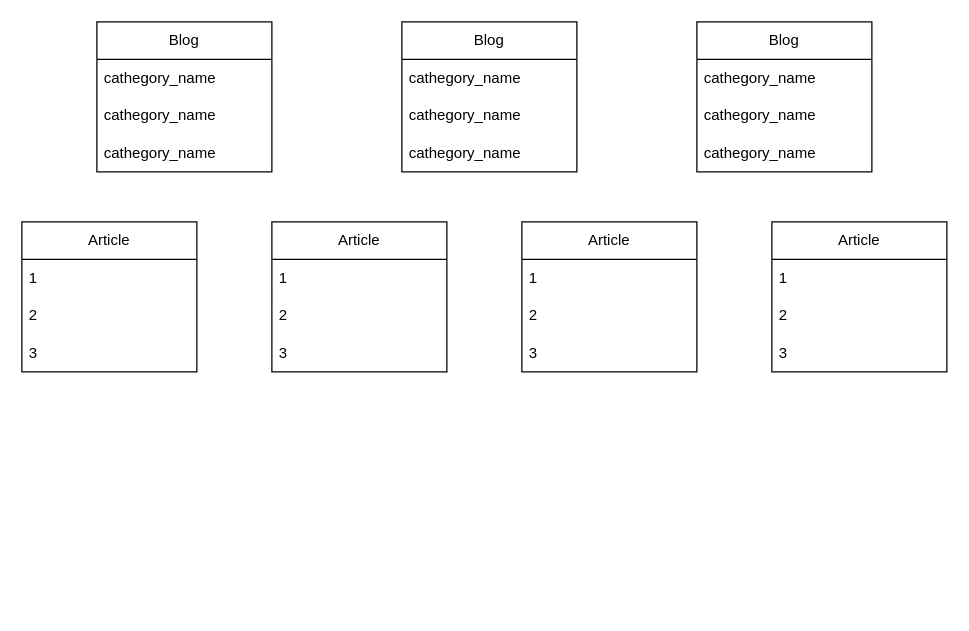
fzkrinj/er-diagram keeps this draw.io diagram as Диаграмма без названия.drawio. Above is the earlier version. Source tidied: cells renumbered, new cells numbered last; positions are measured from the earlier drawing's top-left corner, leaving out a move shared by most shapes. Both pictures are drawn from the tidied source at 125%, with x=0, y=0 at pixel (21, 21).
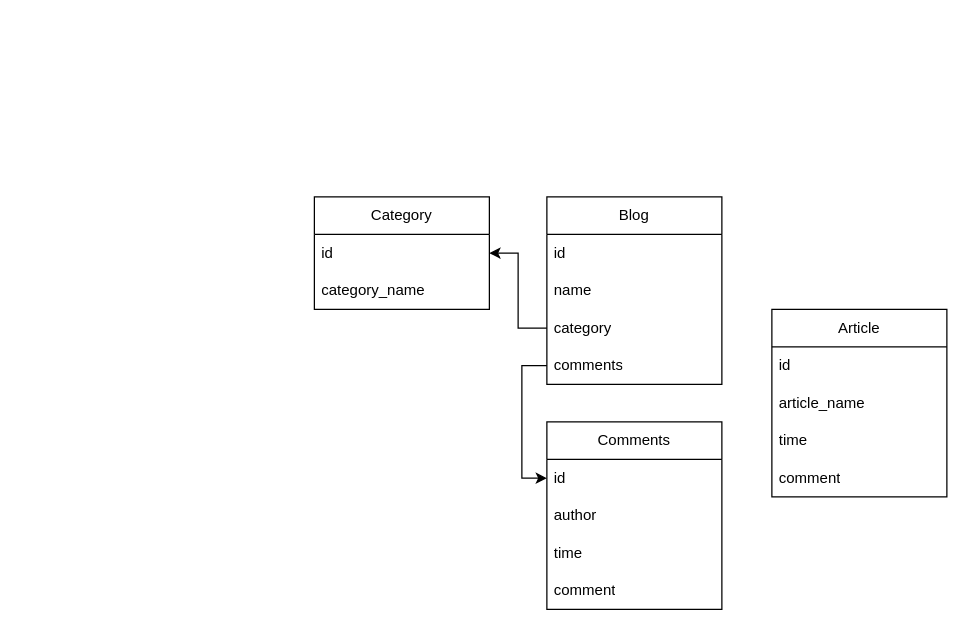
After the change.

What changed in the source:
```diff
@@
-    <mxCell id="2" value="Article" style="swimlane;fontStyle=0;horizontal=1;startSize=30;whiteSpace=wrap;html=1;" parent="1" vertex="1">
-      <mxGeometry y="160" width="140" height="120" as="geometry" />
-    </mxCell>
-    <mxCell id="3" value="1" style="text;strokeColor=none;fillColor=none;align=left;verticalAlign=middle;spacingLeft=4;spacingRight=4;overflow=hidden;whiteSpace=wrap;html=1;" parent="2" vertex="1">
-      <mxGeometry y="30" width="140" height="30" as="geometry" />
-    </mxCell>
-    <mxCell id="4" value="2" style="text;strokeColor=none;fillColor=none;align=left;verticalAlign=middle;spacingLeft=4;spacingRight=4;overflow=hidden;whiteSpace=wrap;html=1;" parent="2" vertex="1">
-      <mxGeometry y="60" width="140" height="30" as="geometry" />
-    </mxCell>
-    <mxCell id="5" value="3" style="text;strokeColor=none;fillColor=none;align=left;verticalAlign=middle;spacingLeft=4;spacingRight=4;overflow=hidden;whiteSpace=wrap;html=1;" parent="2" vertex="1">
-      <mxGeometry y="90" width="140" height="30" as="geometry" />
-    </mxCell>
-    <mxCell id="6" value="Article" style="swimlane;fontStyle=0;horizontal=1;startSize=30;whiteSpace=wrap;html=1;" parent="1" vertex="1">
-      <mxGeometry x="200" y="160" width="140" height="120" as="geometry" />
-    </mxCell>
-    <mxCell id="7" value="1" style="text;strokeColor=none;fillColor=none;align=left;verticalAlign=middle;spacingLeft=4;spacingRight=4;overflow=hidden;whiteSpace=wrap;html=1;" parent="6" vertex="1">
-      <mxGeometry y="30" width="140" height="30" as="geometry" />
-    </mxCell>
-    <mxCell id="8" value="2" style="text;strokeColor=none;fillColor=none;align=left;verticalAlign=middle;spacingLeft=4;spacingRight=4;overflow=hidden;whiteSpace=wrap;html=1;" parent="6" vertex="1">
-      <mxGeometry y="60" width="140" height="30" as="geometry" />
-    </mxCell>
-    <mxCell id="9" value="3" style="text;strokeColor=none;fillColor=none;align=left;verticalAlign=middle;spacingLeft=4;spacingRight=4;overflow=hidden;whiteSpace=wrap;html=1;" parent="6" vertex="1">
-      <mxGeometry y="90" width="140" height="30" as="geometry" />
-    </mxCell>
-    <mxCell id="10" value="Article" style="swimlane;fontStyle=0;horizontal=1;startSize=30;whiteSpace=wrap;html=1;" parent="1" vertex="1">
-      <mxGeometry x="600" y="160" width="140" height="120" as="geometry" />
-    </mxCell>
-    <mxCell id="11" value="1" style="text;strokeColor=none;fillColor=none;align=left;verticalAlign=middle;spacingLeft=4;spacingRight=4;overflow=hidden;whiteSpace=wrap;html=1;" parent="10" vertex="1">
-      <mxGeometry y="30" width="140" height="30" as="geometry" />
-    </mxCell>
-    <mxCell id="12" value="2" style="text;strokeColor=none;fillColor=none;align=left;verticalAlign=middle;spacingLeft=4;spacingRight=4;overflow=hidden;whiteSpace=wrap;html=1;" parent="10" vertex="1">
-      <mxGeometry y="60" width="140" height="30" as="geometry" />
-    </mxCell>
-    <mxCell id="13" value="3" style="text;strokeColor=none;fillColor=none;align=left;verticalAlign=middle;spacingLeft=4;spacingRight=4;overflow=hidden;whiteSpace=wrap;html=1;" parent="10" vertex="1">
-      <mxGeometry y="90" width="140" height="30" as="geometry" />
-    </mxCell>
-    <mxCell id="14" value="Article" style="swimlane;fontStyle=0;horizontal=1;startSize=30;whiteSpace=wrap;html=1;" parent="1" vertex="1">
-      <mxGeometry x="400" y="160" width="140" height="120" as="geometry" />
-    </mxCell>
-    <mxCell id="15" value="1" style="text;strokeColor=none;fillColor=none;align=left;verticalAlign=middle;spacingLeft=4;spacingRight=4;overflow=hidden;whiteSpace=wrap;html=1;" parent="14" vertex="1">
-      <mxGeometry y="30" width="140" height="30" as="geometry" />
-    </mxCell>
-    <mxCell id="16" value="2" style="text;strokeColor=none;fillColor=none;align=left;verticalAlign=middle;spacingLeft=4;spacingRight=4;overflow=hidden;whiteSpace=wrap;html=1;" parent="14" vertex="1">
-      <mxGeometry y="60" width="140" height="30" as="geometry" />
-    </mxCell>
-    <mxCell id="17" value="3" style="text;strokeColor=none;fillColor=none;align=left;verticalAlign=middle;spacingLeft=4;spacingRight=4;overflow=hidden;whiteSpace=wrap;html=1;" parent="14" vertex="1">
-      <mxGeometry y="90" width="140" height="30" as="geometry" />
-    </mxCell>
-    <mxCell id="18" value="Blog" style="swimlane;fontStyle=0;horizontal=1;startSize=30;whiteSpace=wrap;html=1;" parent="1" vertex="1">
-      <mxGeometry x="60" width="140" height="120" as="geometry" />
-    </mxCell>
-    <mxCell id="19" value="cathegory_name" style="text;strokeColor=none;fillColor=none;align=left;verticalAlign=middle;spacingLeft=4;spacingRight=4;overflow=hidden;whiteSpace=wrap;html=1;" parent="18" vertex="1">
-      <mxGeometry y="30" width="140" height="30" as="geometry" />
-    </mxCell>
-    <mxCell id="20" value="cathegory_name" style="text;strokeColor=none;fillColor=none;align=left;verticalAlign=middle;spacingLeft=4;spacingRight=4;overflow=hidden;whiteSpace=wrap;html=1;" parent="18" vertex="1">
-      <mxGeometry y="60" width="140" height="30" as="geometry" />
-    </mxCell>
-    <mxCell id="21" value="cathegory_name" style="text;strokeColor=none;fillColor=none;align=left;verticalAlign=middle;spacingLeft=4;spacingRight=4;overflow=hidden;whiteSpace=wrap;html=1;" parent="18" vertex="1">
-      <mxGeometry y="90" width="140" height="30" as="geometry" />
-    </mxCell>
-    <mxCell id="22" value="Blog" style="swimlane;fontStyle=0;horizontal=1;startSize=30;whiteSpace=wrap;html=1;" parent="1" vertex="1">
-      <mxGeometry x="540" width="140" height="120" as="geometry" />
-    </mxCell>
-    <mxCell id="23" value="cathegory_name" style="text;strokeColor=none;fillColor=none;align=left;verticalAlign=middle;spacingLeft=4;spacingRight=4;overflow=hidden;whiteSpace=wrap;html=1;" parent="22" vertex="1">
-      <mxGeometry y="30" width="140" height="30" as="geometry" />
-    </mxCell>
-    <mxCell id="24" value="cathegory_name" style="text;strokeColor=none;fillColor=none;align=left;verticalAlign=middle;spacingLeft=4;spacingRight=4;overflow=hidden;whiteSpace=wrap;html=1;" parent="22" vertex="1">
-      <mxGeometry y="60" width="140" height="30" as="geometry" />
-    </mxCell>
-    <mxCell id="25" value="cathegory_name" style="text;strokeColor=none;fillColor=none;align=left;verticalAlign=middle;spacingLeft=4;spacingRight=4;overflow=hidden;whiteSpace=wrap;html=1;" parent="22" vertex="1">
-      <mxGeometry y="90" width="140" height="30" as="geometry" />
-    </mxCell>
-    <mxCell id="26" value="Blog" style="swimlane;fontStyle=0;horizontal=1;startSize=30;whiteSpace=wrap;html=1;" parent="1" vertex="1">
-      <mxGeometry x="304" width="140" height="120" as="geometry" />
-    </mxCell>
-    <mxCell id="27" value="cathegory_name" style="text;strokeColor=none;fillColor=none;align=left;verticalAlign=middle;spacingLeft=4;spacingRight=4;overflow=hidden;whiteSpace=wrap;html=1;" parent="26" vertex="1">
-      <mxGeometry y="30" width="140" height="30" as="geometry" />
-    </mxCell>
-    <mxCell id="28" value="cathegory_name" style="text;strokeColor=none;fillColor=none;align=left;verticalAlign=middle;spacingLeft=4;spacingRight=4;overflow=hidden;whiteSpace=wrap;html=1;" parent="26" vertex="1">
-      <mxGeometry y="60" width="140" height="30" as="geometry" />
-    </mxCell>
-    <mxCell id="29" value="cathegory_name" style="text;strokeColor=none;fillColor=none;align=left;verticalAlign=middle;spacingLeft=4;spacingRight=4;overflow=hidden;whiteSpace=wrap;html=1;" parent="26" vertex="1">
-      <mxGeometry y="90" width="140" height="30" as="geometry" />
-    </mxCell>
+    <mxCell id="30" value="Category" style="swimlane;fontStyle=0;horizontal=1;startSize=30;whiteSpace=wrap;html=1;" parent="1" vertex="1">
+      <mxGeometry x="234" y="140" width="140" height="90" as="geometry" />
+    </mxCell>
+    <mxCell id="31" value="id" style="text;strokeColor=none;fillColor=none;align=left;verticalAlign=middle;spacingLeft=4;spacingRight=4;overflow=hidden;points=[[0,0.5],[1,0.5]];portConstraint=eastwest;whiteSpace=wrap;html=1;" parent="30" vertex="1">
+      <mxGeometry y="30" width="140" height="30" as="geometry" />
+    </mxCell>
+    <mxCell id="32" value="category_name" style="text;strokeColor=none;fillColor=none;align=left;verticalAlign=middle;spacingLeft=4;spacingRight=4;overflow=hidden;whiteSpace=wrap;html=1;" parent="30" vertex="1">
+      <mxGeometry y="60" width="140" height="30" as="geometry" />
+    </mxCell>
+    <mxCell id="33" value="Blog" style="swimlane;fontStyle=0;horizontal=1;startSize=30;whiteSpace=wrap;html=1;" parent="1" vertex="1">
+      <mxGeometry x="420" y="140" width="140" height="150" as="geometry" />
+    </mxCell>
+    <mxCell id="34" value="id" style="text;strokeColor=none;fillColor=none;align=left;verticalAlign=middle;spacingLeft=4;spacingRight=4;overflow=hidden;whiteSpace=wrap;html=1;" parent="33" vertex="1">
+      <mxGeometry y="30" width="140" height="30" as="geometry" />
+    </mxCell>
+    <mxCell id="35" value="name" style="text;strokeColor=none;fillColor=none;align=left;verticalAlign=middle;spacingLeft=4;spacingRight=4;overflow=hidden;whiteSpace=wrap;html=1;" parent="33" vertex="1">
+      <mxGeometry y="60" width="140" height="30" as="geometry" />
+    </mxCell>
+    <mxCell id="36" value="category" style="text;strokeColor=none;fillColor=none;align=left;verticalAlign=middle;spacingLeft=4;spacingRight=4;overflow=hidden;points=[[0,0.5],[1,0.5]];portConstraint=eastwest;whiteSpace=wrap;html=1;" parent="33" vertex="1">
+      <mxGeometry y="90" width="140" height="30" as="geometry" />
+    </mxCell>
+    <mxCell id="37" value="comments" style="text;strokeColor=none;fillColor=none;align=left;verticalAlign=middle;spacingLeft=4;spacingRight=4;overflow=hidden;points=[[0,0.5],[1,0.5]];portConstraint=eastwest;whiteSpace=wrap;html=1;" parent="33" vertex="1">
+      <mxGeometry y="120" width="140" height="30" as="geometry" />
+    </mxCell>
+    <mxCell id="38" value="Comments" style="swimlane;fontStyle=0;horizontal=1;startSize=30;whiteSpace=wrap;html=1;" parent="1" vertex="1">
+      <mxGeometry x="420" y="320" width="140" height="150" as="geometry" />
+    </mxCell>
+    <mxCell id="39" value="id" style="text;strokeColor=none;fillColor=none;align=left;verticalAlign=middle;spacingLeft=4;spacingRight=4;overflow=hidden;points=[[0,0.5],[1,0.5]];portConstraint=eastwest;whiteSpace=wrap;html=1;" parent="38" vertex="1">
+      <mxGeometry y="30" width="140" height="30" as="geometry" />
+    </mxCell>
+    <mxCell id="40" value="author" style="text;strokeColor=none;fillColor=none;align=left;verticalAlign=middle;spacingLeft=4;spacingRight=4;overflow=hidden;whiteSpace=wrap;html=1;" parent="38" vertex="1">
+      <mxGeometry y="60" width="140" height="30" as="geometry" />
+    </mxCell>
+    <mxCell id="41" value="time" style="text;strokeColor=none;fillColor=none;align=left;verticalAlign=middle;spacingLeft=4;spacingRight=4;overflow=hidden;whiteSpace=wrap;html=1;" parent="38" vertex="1">
+      <mxGeometry y="90" width="140" height="30" as="geometry" />
+    </mxCell>
+    <mxCell id="42" value="comment" style="text;strokeColor=none;fillColor=none;align=left;verticalAlign=middle;spacingLeft=4;spacingRight=4;overflow=hidden;whiteSpace=wrap;html=1;" parent="38" vertex="1">
+      <mxGeometry y="120" width="140" height="30" as="geometry" />
+    </mxCell>
+    <mxCell id="43" value="Article" style="swimlane;fontStyle=0;horizontal=1;startSize=30;whiteSpace=wrap;html=1;" parent="1" vertex="1">
+      <mxGeometry x="600" y="230" width="140" height="150" as="geometry" />
+    </mxCell>
+    <mxCell id="44" value="id" style="text;strokeColor=none;fillColor=none;align=left;verticalAlign=middle;spacingLeft=4;spacingRight=4;overflow=hidden;whiteSpace=wrap;html=1;" parent="43" vertex="1">
+      <mxGeometry y="30" width="140" height="30" as="geometry" />
+    </mxCell>
+    <mxCell id="45" value="article_name" style="text;strokeColor=none;fillColor=none;align=left;verticalAlign=middle;spacingLeft=4;spacingRight=4;overflow=hidden;whiteSpace=wrap;html=1;" parent="43" vertex="1">
+      <mxGeometry y="60" width="140" height="30" as="geometry" />
+    </mxCell>
+    <mxCell id="46" value="time" style="text;strokeColor=none;fillColor=none;align=left;verticalAlign=middle;spacingLeft=4;spacingRight=4;overflow=hidden;whiteSpace=wrap;html=1;" parent="43" vertex="1">
+      <mxGeometry y="90" width="140" height="30" as="geometry" />
+    </mxCell>
+    <mxCell id="47" value="comment" style="text;strokeColor=none;fillColor=none;align=left;verticalAlign=middle;spacingLeft=4;spacingRight=4;overflow=hidden;whiteSpace=wrap;html=1;" parent="43" vertex="1">
+      <mxGeometry y="120" width="140" height="30" as="geometry" />
+    </mxCell>
+    <mxCell id="48" style="edgeStyle=orthogonalEdgeStyle;rounded=0;jettySize=auto;html=1;entryX=1;entryY=0.5;entryDx=0;entryDy=0;" parent="1" edge="1" source="36" target="31">
+      <mxGeometry relative="1" as="geometry" />
+    </mxCell>
+    <mxCell id="49" style="edgeStyle=orthogonalEdgeStyle;rounded=0;jettySize=auto;html=1;entryX=0;entryY=0.5;entryDx=0;entryDy=0;" parent="1" edge="1" source="37" target="39">
+      <mxGeometry relative="1" as="geometry" />
+    </mxCell>
```
